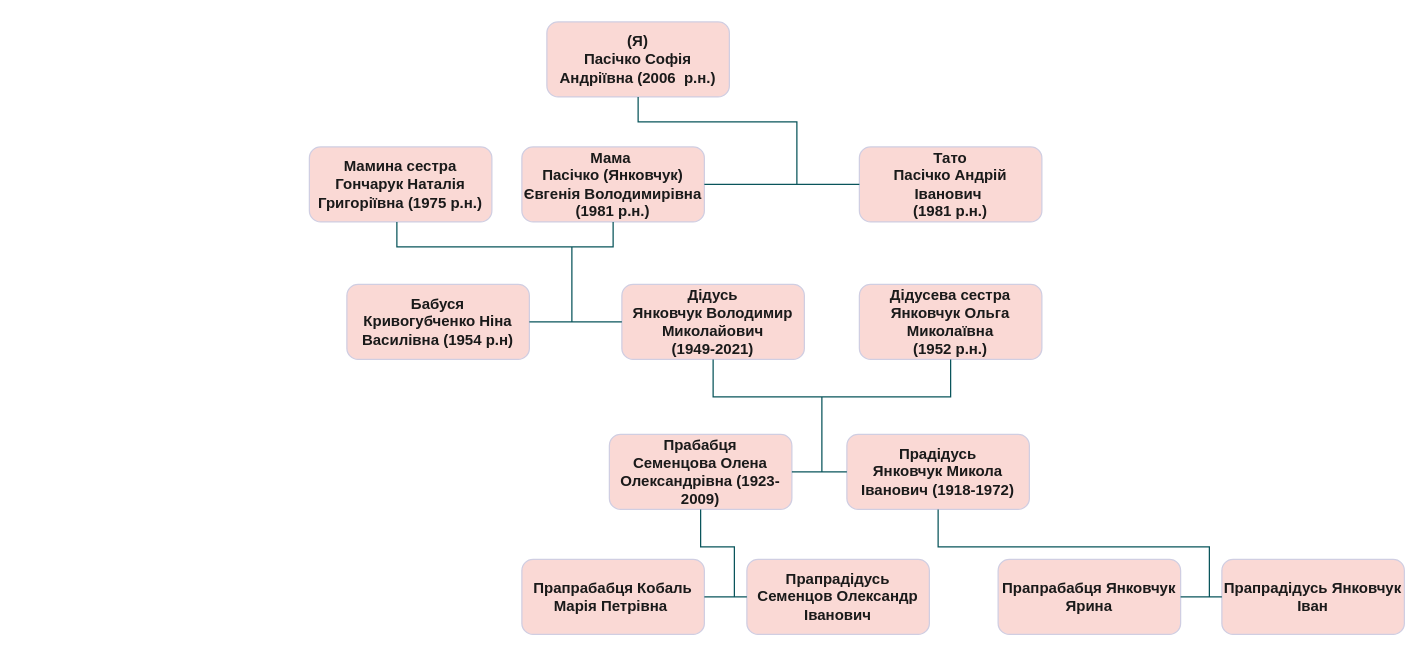
SofiaPasichko/sofiaa keeps this draw.io diagram as rodovid.drawio. Above is the earlier version. Source tidied: cells renumbered, new cells numbered last; positions are measured from the earlier drawing's top-left corner, leaving out a move shared by most shapes. Both pictures are drawn from the tidied source at 125%, with x=0, y=0 at pixel (309, 21).
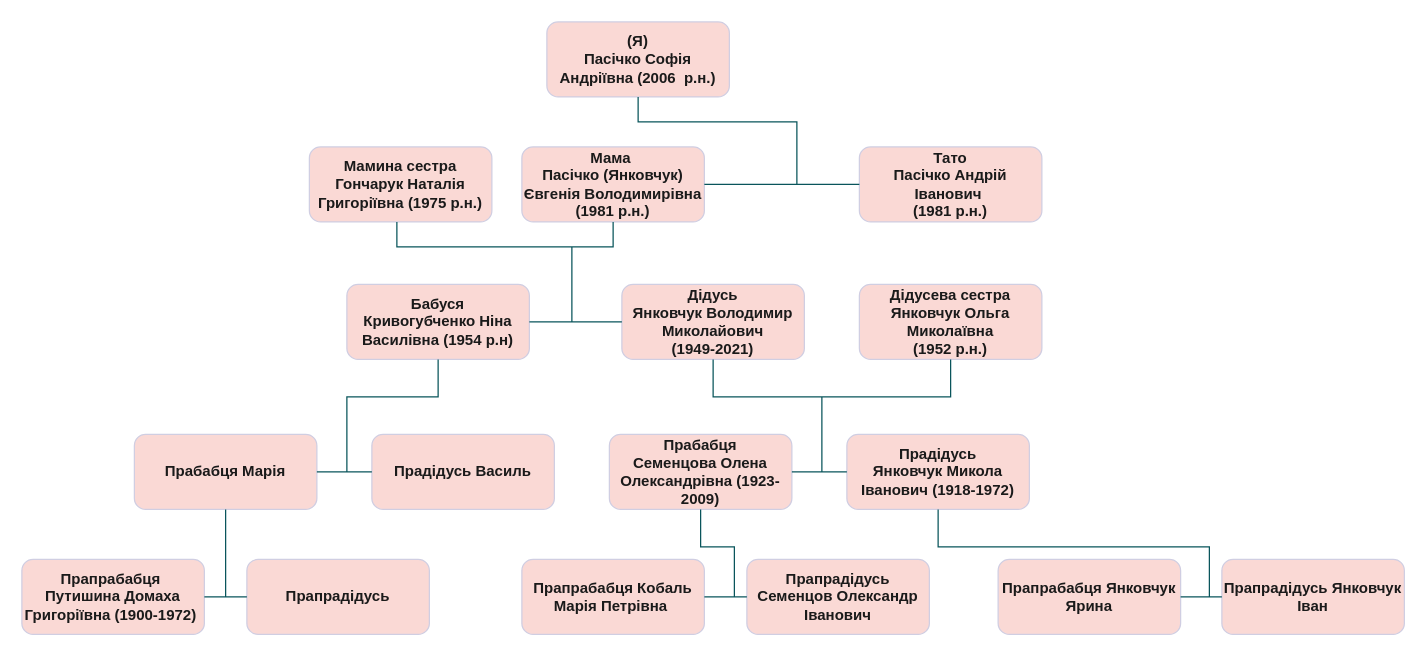
After the change.

The change refers to these unchanged cells:
```xml
<mxCell id="7" value="&lt;b&gt;Бабуся&lt;br&gt;Кривогубченко Ніна Василівна (1954 р.н)&lt;/b&gt;" style="rounded=1;whiteSpace=wrap;html=1;fillColor=#FAD9D5;strokeColor=#D0CEE2;labelBackgroundColor=none;fontColor=#1A1A1A;" parent="1" vertex="1">
  <mxGeometry x="30" y="210" width="146" height="60" as="geometry" />
</mxCell>
```

The edit, as a diff of the source:
```diff
@@
+    <mxCell id="27" value="&lt;b&gt;Прабабця Марія&lt;/b&gt;" style="rounded=1;whiteSpace=wrap;html=1;fillColor=#FAD9D5;strokeColor=#D0CEE2;labelBackgroundColor=none;fontColor=#1A1A1A;" parent="1" vertex="1">
+      <mxGeometry x="-140" y="330" width="146" height="60" as="geometry" />
+    </mxCell>
+    <mxCell id="28" value="&lt;b&gt;Прадідусь Василь&lt;/b&gt;" style="rounded=1;whiteSpace=wrap;html=1;fillColor=#FAD9D5;strokeColor=#D0CEE2;labelBackgroundColor=none;fontColor=#1A1A1A;" parent="1" vertex="1">
+      <mxGeometry x="50" y="330" width="146" height="60" as="geometry" />
+    </mxCell>
+    <mxCell id="29" value="&lt;b&gt;Прапрабабця&amp;nbsp;&lt;br&gt;Путишина Домаха Григоріївна (1900-1972)&lt;/b&gt;&amp;nbsp;&lt;b&gt;&lt;br&gt;&lt;/b&gt;" style="rounded=1;whiteSpace=wrap;html=1;fillColor=#FAD9D5;strokeColor=#D0CEE2;labelBackgroundColor=none;fontColor=#1A1A1A;" parent="1" vertex="1">
+      <mxGeometry x="-230" y="430" width="146" height="60" as="geometry" />
+    </mxCell>
+    <mxCell id="30" value="&lt;b&gt;Прапрадідусь&lt;/b&gt;" style="rounded=1;whiteSpace=wrap;html=1;fillColor=#FAD9D5;strokeColor=#D0CEE2;labelBackgroundColor=none;fontColor=#1A1A1A;" parent="1" vertex="1">
+      <mxGeometry x="-50" y="430" width="146" height="60" as="geometry" />
+    </mxCell>
+    <mxCell id="31" style="endArrow=none;html=1;rounded=0;strokeColor=#09555B;fontColor=#1A1A1A;exitX=1;exitY=0.5;exitDx=0;exitDy=0;entryX=0;entryY=0.5;entryDx=0;entryDy=0;" parent="1" edge="1" source="29" target="30">
+      <mxGeometry relative="1" as="geometry" />
+    </mxCell>
+    <mxCell id="32" style="endArrow=none;html=1;rounded=0;strokeColor=#09555B;fontColor=#1A1A1A;entryX=0.5;entryY=1;entryDx=0;entryDy=0;" parent="1" edge="1" target="27">
+      <mxGeometry relative="1" as="geometry">
+        <mxPoint x="-67" y="460" as="sourcePoint" />
+      </mxGeometry>
+    </mxCell>
+    <mxCell id="33" style="endArrow=none;html=1;rounded=0;strokeColor=#09555B;fontColor=#1A1A1A;exitX=1;exitY=0.5;exitDx=0;exitDy=0;entryX=0;entryY=0.5;entryDx=0;entryDy=0;" parent="1" edge="1" source="27" target="28">
+      <mxGeometry relative="1" as="geometry" />
+    </mxCell>
+    <mxCell id="34" style="endArrow=none;html=1;rounded=0;strokeColor=#09555B;fontColor=#1A1A1A;entryX=0.5;entryY=1;entryDx=0;entryDy=0;" parent="1" edge="1" target="7">
+      <mxGeometry relative="1" as="geometry">
+        <mxPoint x="30" y="360" as="sourcePoint" />
+        <Array as="points">
+          <mxPoint x="30" y="300" />
+          <mxPoint x="103" y="300" />
+        </Array>
+      </mxGeometry>
+    </mxCell>
```
